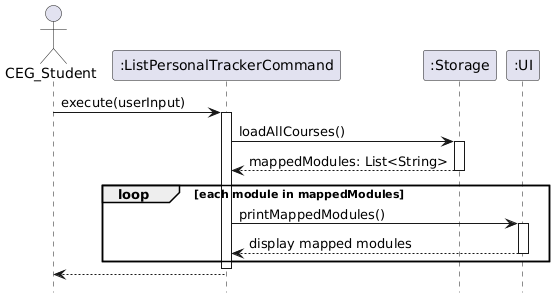
nus-cs2113-AY2425S1/tp keeps this PlantUML diagram as docs/images/ListPersonalTrackerCommand.png. Above is the earlier version.
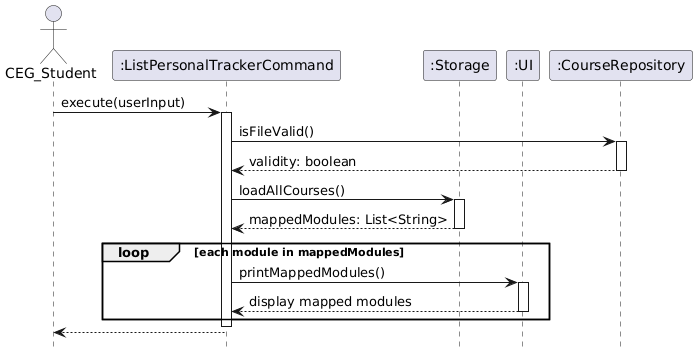
After the change.

Diff of the diagram source:
```diff
@@ -5,9 +5,15 @@
 participant ":ListPersonalTrackerCommand" as Command
 participant ":Storage" as Storage
 participant ":UI" as UI
+participant ":CourseRepository" as CR
 
 CEG_Student -> Command: execute(userInput)
 activate Command
+
+Command -> CR: isFileValid()
+activate CR
+CR --> Command: validity: boolean
+deactivate CR
 
 Command -> Storage: loadAllCourses()
 activate Storage
```
